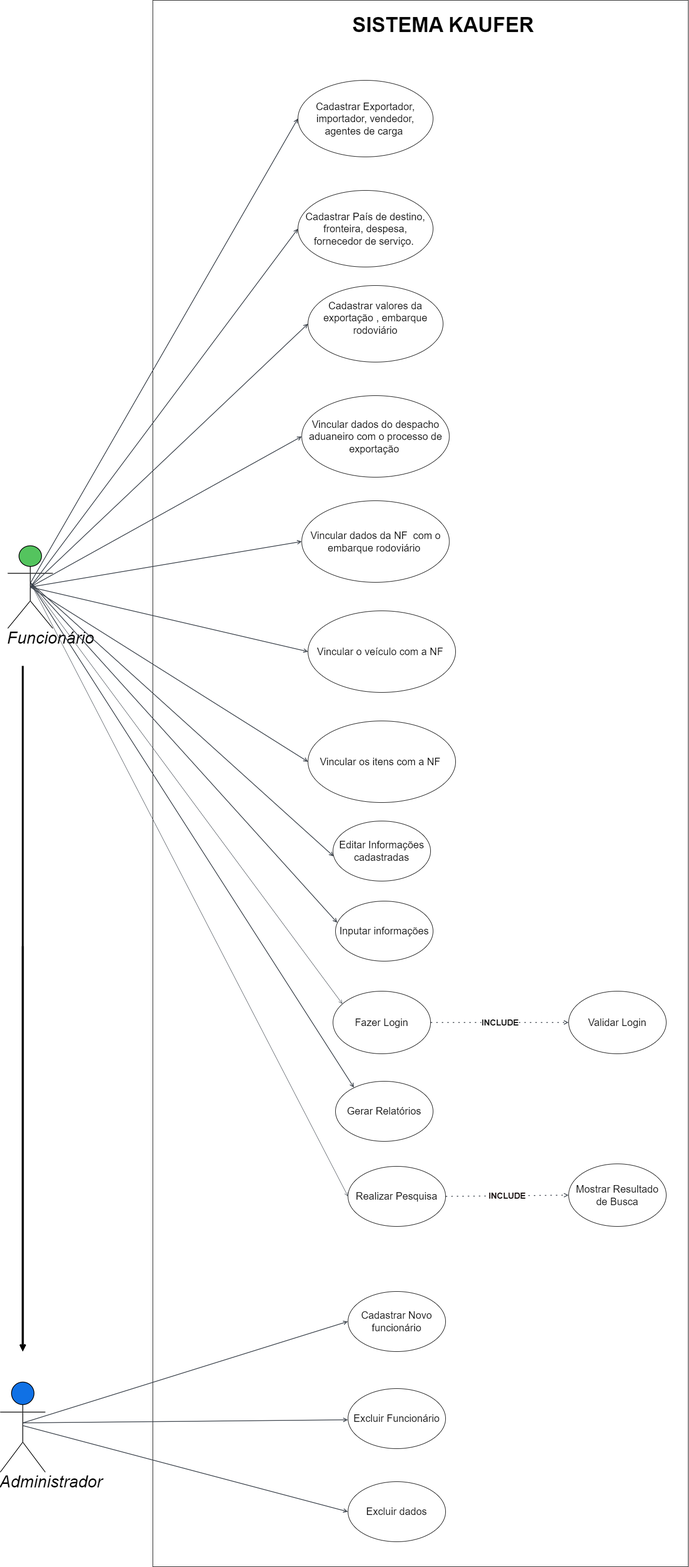
This is documentos/img/DiagramaCasoDeUso.png from DodoRS06/Projeto-Comex, a draw.io export, as it was before one commit. Source tidied: cells renumbered, new cells last; positions are measured from the earlier drawing's top-left corner, leaving out a move shared by most shapes. Its diagram source:
```xml
<mxGraphModel>
  <root>
    <mxCell id="0" />
    <mxCell id="1" parent="0" />
    <mxCell id="2" style="verticalLabelPosition=bottom;verticalAlign=top;html=1;shape=mxgraph.basic.rect;fillColor2=none;strokeWidth=1;size=20;indent=5;labelBackgroundColor=none;gradientColor=none;fillColor=none;" parent="1" vertex="1">
      <mxGeometry x="305" width="1070" height="3130" as="geometry" />
    </mxCell>
    <mxCell id="3" value="&lt;div style=&quot;&quot;&gt;&lt;span style=&quot;color: rgb(0, 0, 0); background-color: initial;&quot;&gt;Funcionário&lt;/span&gt;&lt;/div&gt;" style="html=1;overflow=block;blockSpacing=1;shape=umlActor;labelPosition=center;verticalLabelPosition=bottom;verticalAlign=top;whiteSpace=nowrap;fontSize=33.3;fontColor=#f3f2f2;fontStyle=2;spacing=0;strokeOpacity=100;fillOpacity=100;rounded=1;absoluteArcSize=1;arcSize=9;fillColor=#54c45e;strokeWidth=1.5;lucidId=hJUdJ.pc6B1v;align=center;" parent="1" vertex="1">
      <mxGeometry x="15" y="1090" width="90" height="165" as="geometry" />
    </mxCell>
    <mxCell id="4" value="&lt;font color=&quot;#050505&quot;&gt;Administrador&lt;/font&gt;" style="html=1;overflow=block;blockSpacing=1;shape=umlActor;labelPosition=center;verticalLabelPosition=bottom;verticalAlign=top;whiteSpace=nowrap;fontSize=33.3;fontColor=#f3f2f2;fontStyle=2;spacing=0;strokeOpacity=100;fillOpacity=100;rounded=1;absoluteArcSize=1;arcSize=9;fillColor=#1071e5;strokeWidth=1.5;lucidId=aLUd_0Om0rrX;" parent="1" vertex="1">
      <mxGeometry y="2761" width="90" height="180" as="geometry" />
    </mxCell>
    <mxCell id="5" value="Fazer Login" style="html=1;overflow=block;blockSpacing=1;whiteSpace=wrap;ellipse;fontSize=20.2;spacing=3.8;rounded=1;absoluteArcSize=1;arcSize=9;strokeWidth=NaN;lucidId=rTUdOGbXFwsF;" parent="1" vertex="1">
      <mxGeometry x="665" y="1980" width="195" height="125" as="geometry" />
    </mxCell>
    <mxCell id="6" value="Inputar informações   " style="html=1;overflow=block;blockSpacing=1;whiteSpace=wrap;ellipse;fontSize=20.2;spacing=3.8;rounded=1;absoluteArcSize=1;arcSize=9;strokeWidth=NaN;lucidId=T0UdTOV8mYOv;" parent="1" vertex="1">
      <mxGeometry x="670" y="1800" width="195" height="120" as="geometry" />
    </mxCell>
    <mxCell id="7" value="Gerar Relatórios " style="html=1;overflow=block;blockSpacing=1;whiteSpace=wrap;ellipse;fontSize=20.2;spacing=3.8;fillOpacity=100;rounded=1;absoluteArcSize=1;arcSize=9;strokeWidth=NaN;lucidId=Z0UdD6DfNfNh;" parent="1" vertex="1">
      <mxGeometry x="670" y="2160" width="195" height="120" as="geometry" />
    </mxCell>
    <mxCell id="8" value="Cadastrar  Novo funcionário " style="html=1;overflow=block;blockSpacing=1;whiteSpace=wrap;ellipse;fontSize=20.2;spacing=3.8;rounded=1;absoluteArcSize=1;arcSize=9;strokeWidth=NaN;lucidId=20Ud1c5o_WIg;" parent="1" vertex="1">
      <mxGeometry x="695" y="2580" width="195" height="120" as="geometry" />
    </mxCell>
    <mxCell id="9" style="html=1;jettySize=18;whiteSpace=wrap;fontSize=13;strokeOpacity=100;strokeWidth=3.8;rounded=1;arcSize=12;edgeStyle=orthogonalEdgeStyle;startArrow=none;endArrow=open;lucidId=Y7Ud~hyykyfn;fontColor=#f3f2f2;" parent="1" edge="1">
      <mxGeometry relative="1" as="geometry">
        <mxPoint x="45" y="1890" as="sourcePoint" />
        <mxPoint x="45" y="2700" as="targetPoint" />
      </mxGeometry>
    </mxCell>
    <mxCell id="10" style="html=1;jettySize=18;whiteSpace=wrap;fontSize=13;strokeColor=#3a414a;strokeOpacity=100;strokeWidth=0.8;rounded=0;startArrow=none;endArrow=open;exitX=0.508;exitY=0.451;exitPerimeter=0;entryX=0.096;entryY=0.202;entryPerimeter=0;lucidId=c~Ud_Cgl3Wbf;fontColor=#f3f2f2;" parent="1" edge="1" source="3" target="5">
      <mxGeometry relative="1" as="geometry" />
    </mxCell>
    <mxCell id="11" style="html=1;jettySize=18;whiteSpace=wrap;fontSize=13;strokeColor=#3a414a;strokeOpacity=100;strokeWidth=1.5;rounded=0;startArrow=none;endArrow=open;exitX=0.508;exitY=0.447;exitPerimeter=0;entryX=-0.001;entryY=0.5;entryPerimeter=0;lucidId=E~Udat8m.P9F;fontColor=#f3f2f2;" parent="1" edge="1" source="3" target="17">
      <mxGeometry relative="1" as="geometry" />
    </mxCell>
    <mxCell id="12" style="html=1;jettySize=18;whiteSpace=wrap;fontSize=13;strokeColor=#3a414a;strokeOpacity=100;strokeWidth=1.5;rounded=0;startArrow=none;endArrow=open;exitX=0.508;exitY=0.45;exitPerimeter=0;entryX=0.018;entryY=0.359;entryPerimeter=0;lucidId=caVdZ3f8f1HG;fontColor=#f3f2f2;" parent="1" edge="1" source="3" target="6">
      <mxGeometry relative="1" as="geometry" />
    </mxCell>
    <mxCell id="13" style="html=1;jettySize=18;whiteSpace=wrap;fontSize=13;strokeColor=#3a414a;strokeOpacity=100;strokeWidth=1.5;rounded=0;startArrow=none;endArrow=open;exitX=0.508;exitY=0.453;exitPerimeter=0;entryX=0.189;entryY=0.105;entryPerimeter=0;lucidId=1bVd.soWVd7C;fontColor=#f3f2f2;" parent="1" edge="1" source="3" target="7">
      <mxGeometry relative="1" as="geometry" />
    </mxCell>
    <mxCell id="14" style="html=1;jettySize=18;whiteSpace=wrap;fontSize=13;strokeColor=#3a414a;strokeOpacity=100;strokeWidth=1.5;rounded=0;startArrow=none;endArrow=open;exitX=0.508;exitY=0.452;exitPerimeter=0;entryX=-0.002;entryY=0.5;entryPerimeter=0;lucidId=acVdV4Ef1bh0;fontColor=#f3f2f2;" parent="1" edge="1" source="4" target="8">
      <mxGeometry relative="1" as="geometry" />
    </mxCell>
    <mxCell id="15" value="Editar Informações cadastradas" style="html=1;overflow=block;blockSpacing=1;whiteSpace=wrap;ellipse;fontSize=20.2;spacing=3.8;rounded=1;absoluteArcSize=1;arcSize=9;strokeWidth=NaN;lucidId=sqWdkUqOs4yq;" parent="1" vertex="1">
      <mxGeometry x="665" y="1640" width="195" height="120" as="geometry" />
    </mxCell>
    <mxCell id="16" style="html=1;jettySize=18;whiteSpace=wrap;fontSize=13;strokeColor=#3a414a;strokeOpacity=100;strokeWidth=1.5;rounded=0;startArrow=none;endArrow=open;exitX=0.508;exitY=0.449;exitPerimeter=0;entryX=0.006;entryY=0.587;entryPerimeter=0;lucidId=2qWdqR~vTXaz;fontColor=#f3f2f2;" parent="1" edge="1" source="3" target="15">
      <mxGeometry relative="1" as="geometry" />
    </mxCell>
    <mxCell id="17" value="Cadastrar Exportador, importador, vendedor, agentes de carga&amp;nbsp;" style="html=1;overflow=block;blockSpacing=1;whiteSpace=wrap;ellipse;fontSize=20.2;spacing=3.8;rounded=1;absoluteArcSize=1;arcSize=9;strokeWidth=NaN;lucidId=DDWdtg~KsvIU;" parent="1" vertex="1">
      <mxGeometry x="595" y="160" width="270" height="153" as="geometry" />
    </mxCell>
    <mxCell id="18" value="Validar Login " style="html=1;overflow=block;blockSpacing=1;whiteSpace=wrap;ellipse;fontSize=20.2;spacing=3.8;rounded=1;absoluteArcSize=1;arcSize=9;strokeWidth=NaN;lucidId=DEWd0tUcD4Zx;" parent="1" vertex="1">
      <mxGeometry x="1136" y="1980" width="195" height="125" as="geometry" />
    </mxCell>
    <mxCell id="19" style="html=1;jettySize=18;whiteSpace=wrap;fontSize=13;strokeColor=#3a414a;strokeOpacity=100;dashed=1;fixDash=1;dashPattern=3 8;strokeWidth=1.5;rounded=0;startArrow=none;endArrow=open;exitX=1.002;exitY=0.5;exitPerimeter=0;entryX=-0.002;entryY=0.5;entryPerimeter=0;lucidId=OFWdXJRN7rlh;fontColor=#f3f2f2;" parent="1" edge="1" source="5" target="18">
      <mxGeometry relative="1" as="geometry" />
    </mxCell>
    <mxCell id="20" value="INCLUDE" style="text;html=1;labelBackgroundColor=default;align=center;verticalAlign=middle;fontStyle=1;fontColor=#080808;fontSize=16.7;" parent="19" vertex="1">
      <mxGeometry relative="1" as="geometry" />
    </mxCell>
    <mxCell id="21" value="Realizar Pesquisa " style="html=1;overflow=block;blockSpacing=1;whiteSpace=wrap;ellipse;fontSize=20.2;spacing=3.8;rounded=1;absoluteArcSize=1;arcSize=9;strokeWidth=NaN;lucidId=DKWdB4Nj3JjW;" parent="1" vertex="1">
      <mxGeometry x="695" y="2330" width="195" height="120" as="geometry" />
    </mxCell>
    <mxCell id="22" style="html=1;jettySize=18;whiteSpace=wrap;fontSize=13;strokeColor=#3a414a;strokeOpacity=100;strokeWidth=0.8;rounded=0;startArrow=none;endArrow=open;exitX=0.508;exitY=0.454;exitPerimeter=0;entryX=0;entryY=0.5;lucidId=kLWdfw8eUx0p;fontColor=#f3f2f2;entryDx=0;entryDy=0;" parent="1" edge="1" source="3" target="21">
      <mxGeometry relative="1" as="geometry" />
    </mxCell>
    <mxCell id="23" value="Mostrar Resultado de  Busca " style="html=1;overflow=block;blockSpacing=1;whiteSpace=wrap;ellipse;fontSize=20.2;spacing=3.8;rounded=1;absoluteArcSize=1;arcSize=9;strokeWidth=NaN;lucidId=TPWdjGBbAQpm;" parent="1" vertex="1">
      <mxGeometry x="1136" y="2325" width="195" height="125" as="geometry" />
    </mxCell>
    <mxCell id="24" style="html=1;jettySize=18;whiteSpace=wrap;fontSize=13;strokeColor=#3a414a;strokeOpacity=100;dashed=1;fixDash=1;dashPattern=3 8;strokeWidth=1.5;rounded=0;startArrow=none;endArrow=open;exitX=1.002;exitY=0.5;exitPerimeter=0;entryX=-0.002;entryY=0.5;entryPerimeter=0;lucidId=_PWddMUgc55f;fontColor=#f3f2f2;" parent="1" edge="1" source="21" target="23">
      <mxGeometry relative="1" as="geometry" />
    </mxCell>
    <mxCell id="25" value="INCLUDE" style="text;html=1;labelBackgroundColor=default;align=center;verticalAlign=middle;fontStyle=1;fontColor=#0a0000;fontSize=16.7;" parent="24" vertex="1">
      <mxGeometry relative="1" as="geometry" />
    </mxCell>
    <mxCell id="26" value="Excluir  Funcionário " style="html=1;overflow=block;blockSpacing=1;whiteSpace=wrap;ellipse;fontSize=20.2;spacing=3.8;rounded=1;absoluteArcSize=1;arcSize=9;strokeWidth=NaN;lucidId=t2WdE4wJJQ~u;" parent="1" vertex="1">
      <mxGeometry x="695" y="2774" width="195" height="120" as="geometry" />
    </mxCell>
    <mxCell id="27" style="html=1;jettySize=18;whiteSpace=wrap;fontSize=13;strokeColor=#3a414a;strokeOpacity=100;strokeWidth=1.5;rounded=0;startArrow=none;endArrow=open;exitX=0.508;exitY=0.453;exitPerimeter=0;entryX=-0.002;entryY=0.52;entryPerimeter=0;lucidId=K2WdGurZE6w3;fontColor=#f3f2f2;" parent="1" edge="1" source="4" target="26">
      <mxGeometry relative="1" as="geometry" />
    </mxCell>
    <mxCell id="28" value="Excluir dados" style="html=1;overflow=block;blockSpacing=1;whiteSpace=wrap;ellipse;fontSize=20.2;spacing=3.8;fillOpacity=100;rounded=1;absoluteArcSize=1;arcSize=9;strokeWidth=NaN;lucidId=W4WdrhLyL0yU;" parent="1" vertex="1">
      <mxGeometry x="695" y="2960" width="195" height="120" as="geometry" />
    </mxCell>
    <mxCell id="29" style="html=1;jettySize=18;whiteSpace=wrap;fontSize=13;strokeColor=#3a414a;strokeOpacity=100;strokeWidth=1.5;rounded=0;startArrow=none;endArrow=open;exitX=0.508;exitY=0.484;exitPerimeter=0;entryX=-0.002;entryY=0.5;entryPerimeter=0;lucidId=54WdIvdIAHHt;fontColor=#f3f2f2;" parent="1" edge="1" source="4" target="28">
      <mxGeometry relative="1" as="geometry" />
    </mxCell>
    <mxCell id="30" value="Cadastrar País de destino, fronteira, despesa, fornecedor de serviço.&amp;nbsp;" style="html=1;overflow=block;blockSpacing=1;whiteSpace=wrap;ellipse;fontSize=20.2;spacing=3.8;rounded=1;absoluteArcSize=1;arcSize=9;strokeWidth=NaN;lucidId=DDWdtg~KsvIU;" parent="1" vertex="1">
      <mxGeometry x="595" y="380" width="270" height="153" as="geometry" />
    </mxCell>
    <mxCell id="31" value="Cadastrar valores da exportação , embarque rodoviário&lt;div&gt;&amp;nbsp;&lt;/div&gt;" style="html=1;overflow=block;blockSpacing=1;whiteSpace=wrap;ellipse;fontSize=20.2;spacing=3.8;rounded=1;absoluteArcSize=1;arcSize=9;strokeWidth=NaN;lucidId=DDWdtg~KsvIU;" parent="1" vertex="1">
      <mxGeometry x="615" y="570" width="270" height="153" as="geometry" />
    </mxCell>
    <mxCell id="32" style="html=1;jettySize=18;whiteSpace=wrap;fontSize=13;strokeColor=#3a414a;strokeOpacity=100;strokeWidth=1.5;rounded=0;startArrow=none;endArrow=open;entryX=0;entryY=0.5;lucidId=E~Udat8m.P9F;fontColor=#f3f2f2;entryDx=0;entryDy=0;exitX=0.5;exitY=0.5;exitDx=0;exitDy=0;exitPerimeter=0;" parent="1" edge="1" source="3" target="30">
      <mxGeometry relative="1" as="geometry" />
    </mxCell>
    <mxCell id="33" style="html=1;jettySize=18;whiteSpace=wrap;fontSize=13;strokeColor=#3a414a;strokeOpacity=100;strokeWidth=1.5;rounded=0;startArrow=none;endArrow=open;exitX=0.5;exitY=0.5;exitPerimeter=0;entryX=0;entryY=0.5;lucidId=E~Udat8m.P9F;fontColor=#f3f2f2;entryDx=0;entryDy=0;exitDx=0;exitDy=0;" parent="1" edge="1" source="3" target="31">
      <mxGeometry relative="1" as="geometry" />
    </mxCell>
    <mxCell id="34" value="Vincular dados do despacho aduaneiro com o processo de exportação&amp;nbsp;" style="html=1;overflow=block;blockSpacing=1;whiteSpace=wrap;ellipse;fontSize=20.2;spacing=3.8;rounded=1;absoluteArcSize=1;arcSize=9;strokeWidth=NaN;lucidId=DDWdtg~KsvIU;" parent="1" vertex="1">
      <mxGeometry x="602.5" y="790" width="295" height="163" as="geometry" />
    </mxCell>
    <mxCell id="35" value="Vincular dados da NF&amp;nbsp; com o embarque rodoviário&amp;nbsp;" style="html=1;overflow=block;blockSpacing=1;whiteSpace=wrap;ellipse;fontSize=20.2;spacing=3.8;rounded=1;absoluteArcSize=1;arcSize=9;strokeWidth=NaN;lucidId=DDWdtg~KsvIU;" parent="1" vertex="1">
      <mxGeometry x="602.5" y="1000" width="295" height="163" as="geometry" />
    </mxCell>
    <mxCell id="36" value="Vincular o veículo com a NF&amp;nbsp;" style="html=1;overflow=block;blockSpacing=1;whiteSpace=wrap;ellipse;fontSize=20.2;spacing=3.8;rounded=1;absoluteArcSize=1;arcSize=9;strokeWidth=NaN;lucidId=DDWdtg~KsvIU;" parent="1" vertex="1">
      <mxGeometry x="615" y="1220" width="295" height="163" as="geometry" />
    </mxCell>
    <mxCell id="37" style="html=1;jettySize=18;whiteSpace=wrap;fontSize=13;strokeColor=#3a414a;strokeOpacity=100;strokeWidth=1.5;rounded=0;startArrow=none;endArrow=open;entryX=0;entryY=0.5;lucidId=E~Udat8m.P9F;fontColor=#f3f2f2;entryDx=0;entryDy=0;exitX=0.5;exitY=0.5;exitDx=0;exitDy=0;exitPerimeter=0;" parent="1" edge="1" source="3" target="34">
      <mxGeometry relative="1" as="geometry" />
    </mxCell>
    <mxCell id="38" style="html=1;jettySize=18;whiteSpace=wrap;fontSize=13;strokeColor=#3a414a;strokeOpacity=100;strokeWidth=1.5;rounded=0;startArrow=none;endArrow=open;exitX=0.5;exitY=0.5;exitPerimeter=0;entryX=0;entryY=0.5;lucidId=E~Udat8m.P9F;fontColor=#f3f2f2;entryDx=0;entryDy=0;exitDx=0;exitDy=0;" parent="1" edge="1" source="3" target="35">
      <mxGeometry relative="1" as="geometry" />
    </mxCell>
    <mxCell id="39" style="html=1;jettySize=18;whiteSpace=wrap;fontSize=13;strokeColor=#3a414a;strokeOpacity=100;strokeWidth=1.5;rounded=0;startArrow=none;endArrow=open;entryX=0;entryY=0.5;lucidId=E~Udat8m.P9F;fontColor=#f3f2f2;entryDx=0;entryDy=0;exitX=0.5;exitY=0.5;exitDx=0;exitDy=0;exitPerimeter=0;" parent="1" edge="1" source="3" target="36">
      <mxGeometry relative="1" as="geometry" />
    </mxCell>
    <mxCell id="40" value="Vincular os itens com a NF&amp;nbsp;" style="html=1;overflow=block;blockSpacing=1;whiteSpace=wrap;ellipse;fontSize=20.2;spacing=3.8;rounded=1;absoluteArcSize=1;arcSize=9;strokeWidth=NaN;lucidId=DDWdtg~KsvIU;" parent="1" vertex="1">
      <mxGeometry x="615" y="1440" width="295" height="163" as="geometry" />
    </mxCell>
    <mxCell id="41" style="html=1;jettySize=18;whiteSpace=wrap;fontSize=13;strokeColor=#3a414a;strokeOpacity=100;strokeWidth=1.5;rounded=0;startArrow=none;endArrow=open;entryX=0;entryY=0.5;lucidId=E~Udat8m.P9F;fontColor=#f3f2f2;entryDx=0;entryDy=0;exitX=0.5;exitY=0.5;exitDx=0;exitDy=0;exitPerimeter=0;" parent="1" edge="1" source="3" target="40">
      <mxGeometry relative="1" as="geometry" />
    </mxCell>
    <mxCell id="42" value="SISTEMA KAUFER" style="text;html=1;align=center;verticalAlign=middle;strokeColor=none;fillColor=none;fontSize=41;fontStyle=1;" parent="1" vertex="1">
      <mxGeometry x="695" y="20" width="380" height="60" as="geometry" />
    </mxCell>
    <mxCell id="43" style="html=1;jettySize=18;whiteSpace=wrap;fontSize=13;strokeOpacity=100;strokeWidth=3.8;rounded=1;arcSize=12;edgeStyle=orthogonalEdgeStyle;startArrow=none;endArrow=open;lucidId=Y7Ud~hyykyfn;fontColor=#f3f2f2;" parent="1" edge="1">
      <mxGeometry relative="1" as="geometry">
        <mxPoint x="45" y="1330" as="sourcePoint" />
        <mxPoint x="45" y="2700" as="targetPoint" />
      </mxGeometry>
    </mxCell>
  </root>
</mxGraphModel>
```
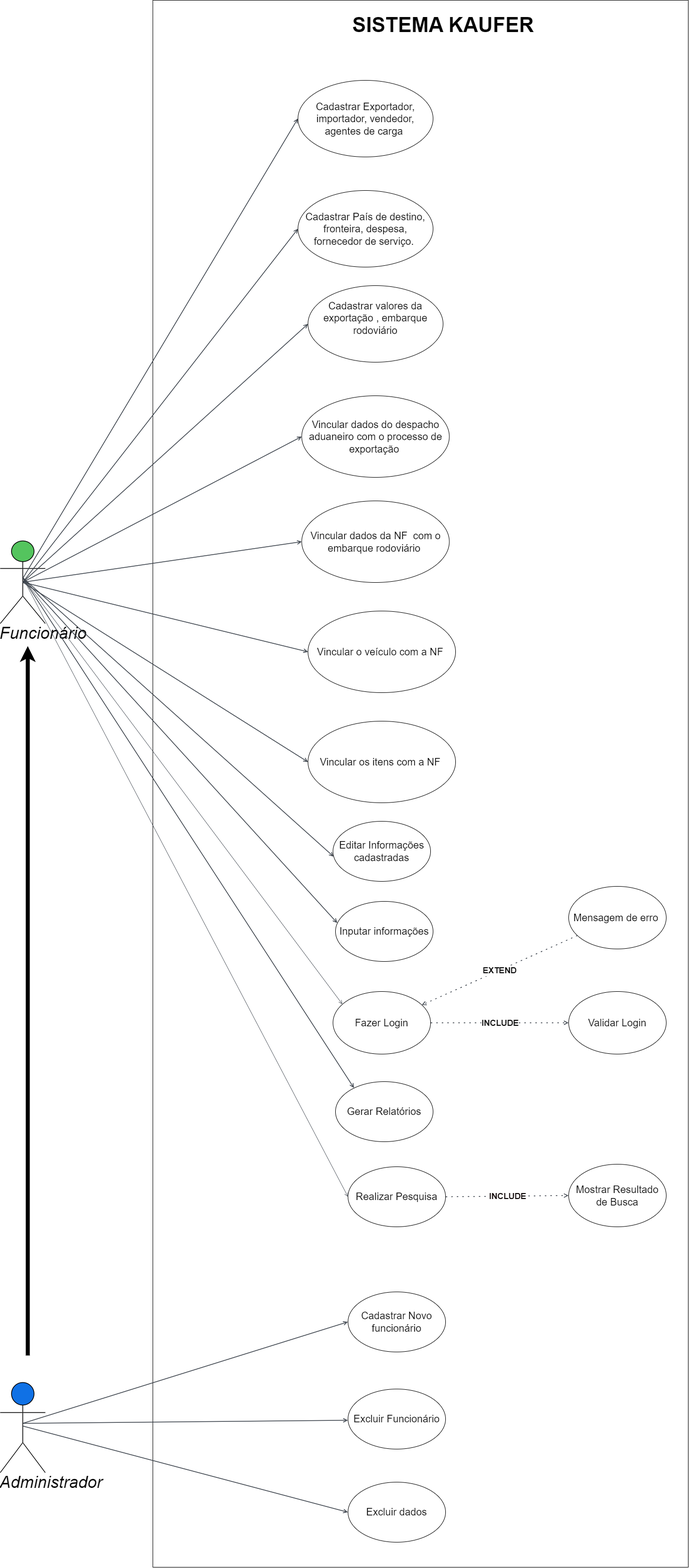
The same diagram one commit later.

What changed in the source:
```diff
@@ -6,8 +6,14 @@
       <mxGeometry x="305" width="1070" height="3130" as="geometry" />
     </mxCell>
     <mxCell id="3" value="&lt;div style=&quot;&quot;&gt;&lt;span style=&quot;color: rgb(0, 0, 0); background-color: initial;&quot;&gt;Funcionário&lt;/span&gt;&lt;/div&gt;" style="html=1;overflow=block;blockSpacing=1;shape=umlActor;labelPosition=center;verticalLabelPosition=bottom;verticalAlign=top;whiteSpace=nowrap;fontSize=33.3;fontColor=#f3f2f2;fontStyle=2;spacing=0;strokeOpacity=100;fillOpacity=100;rounded=1;absoluteArcSize=1;arcSize=9;fillColor=#54c45e;strokeWidth=1.5;lucidId=hJUdJ.pc6B1v;align=center;" parent="1" vertex="1">
-      <mxGeometry x="15" y="1090" width="90" height="165" as="geometry" />
+      <mxGeometry y="1080" width="90" height="165" as="geometry" />
     </mxCell>
+    <mxCell id="44" style="edgeStyle=orthogonalEdgeStyle;rounded=0;orthogonalLoop=1;jettySize=auto;html=1;strokeWidth=8;" parent="1" edge="1">
+      <mxGeometry relative="1" as="geometry">
+        <mxPoint x="55" y="2707" as="sourcePoint" />
+        <mxPoint x="55" y="1290" as="targetPoint" />
+      </mxGeometry>
+    </mxCell>
     <mxCell id="4" value="&lt;font color=&quot;#050505&quot;&gt;Administrador&lt;/font&gt;" style="html=1;overflow=block;blockSpacing=1;shape=umlActor;labelPosition=center;verticalLabelPosition=bottom;verticalAlign=top;whiteSpace=nowrap;fontSize=33.3;fontColor=#f3f2f2;fontStyle=2;spacing=0;strokeOpacity=100;fillOpacity=100;rounded=1;absoluteArcSize=1;arcSize=9;fillColor=#1071e5;strokeWidth=1.5;lucidId=aLUd_0Om0rrX;" parent="1" vertex="1">
       <mxGeometry y="2761" width="90" height="180" as="geometry" />
     </mxCell>
@@ -23,12 +29,6 @@
     <mxCell id="8" value="Cadastrar  Novo funcionário " style="html=1;overflow=block;blockSpacing=1;whiteSpace=wrap;ellipse;fontSize=20.2;spacing=3.8;rounded=1;absoluteArcSize=1;arcSize=9;strokeWidth=NaN;lucidId=20Ud1c5o_WIg;" parent="1" vertex="1">
       <mxGeometry x="695" y="2580" width="195" height="120" as="geometry" />
     </mxCell>
-    <mxCell id="9" style="html=1;jettySize=18;whiteSpace=wrap;fontSize=13;strokeOpacity=100;strokeWidth=3.8;rounded=1;arcSize=12;edgeStyle=orthogonalEdgeStyle;startArrow=none;endArrow=open;lucidId=Y7Ud~hyykyfn;fontColor=#f3f2f2;" parent="1" edge="1">
-      <mxGeometry relative="1" as="geometry">
-        <mxPoint x="45" y="1890" as="sourcePoint" />
-        <mxPoint x="45" y="2700" as="targetPoint" />
-      </mxGeometry>
-    </mxCell>
     <mxCell id="10" style="html=1;jettySize=18;whiteSpace=wrap;fontSize=13;strokeColor=#3a414a;strokeOpacity=100;strokeWidth=0.8;rounded=0;startArrow=none;endArrow=open;exitX=0.508;exitY=0.451;exitPerimeter=0;entryX=0.096;entryY=0.202;entryPerimeter=0;lucidId=c~Ud_Cgl3Wbf;fontColor=#f3f2f2;" parent="1" edge="1" source="3" target="5">
       <mxGeometry relative="1" as="geometry" />
     </mxCell>
@@ -128,11 +128,14 @@
     <mxCell id="42" value="SISTEMA KAUFER" style="text;html=1;align=center;verticalAlign=middle;strokeColor=none;fillColor=none;fontSize=41;fontStyle=1;" parent="1" vertex="1">
       <mxGeometry x="695" y="20" width="380" height="60" as="geometry" />
     </mxCell>
-    <mxCell id="43" style="html=1;jettySize=18;whiteSpace=wrap;fontSize=13;strokeOpacity=100;strokeWidth=3.8;rounded=1;arcSize=12;edgeStyle=orthogonalEdgeStyle;startArrow=none;endArrow=open;lucidId=Y7Ud~hyykyfn;fontColor=#f3f2f2;" parent="1" edge="1">
-      <mxGeometry relative="1" as="geometry">
-        <mxPoint x="45" y="1330" as="sourcePoint" />
-        <mxPoint x="45" y="2700" as="targetPoint" />
-      </mxGeometry>
-    </mxCell>
+    <mxCell id="45" value="Mensagem de erro&amp;nbsp;" style="html=1;overflow=block;blockSpacing=1;whiteSpace=wrap;ellipse;fontSize=20.2;spacing=3.8;rounded=1;absoluteArcSize=1;arcSize=9;strokeWidth=NaN;lucidId=DEWd0tUcD4Zx;" parent="1" vertex="1">
+      <mxGeometry x="1136" y="1770" width="195" height="125" as="geometry" />
+    </mxCell>
+    <mxCell id="46" style="html=1;jettySize=18;whiteSpace=wrap;fontSize=13;strokeColor=#3a414a;strokeOpacity=100;dashed=1;fixDash=1;dashPattern=3 8;strokeWidth=1.5;rounded=0;startArrow=none;endArrow=open;lucidId=OFWdXJRN7rlh;fontColor=#f3f2f2;" parent="1" edge="1" source="45" target="5">
+      <mxGeometry relative="1" as="geometry" />
+    </mxCell>
+    <mxCell id="47" value="EXTEND" style="text;html=1;labelBackgroundColor=default;align=center;verticalAlign=middle;fontStyle=1;fontColor=#080808;fontSize=16.7;" parent="46" vertex="1">
+      <mxGeometry relative="1" as="geometry" />
+    </mxCell>
   </root>
 </mxGraphModel>
```
